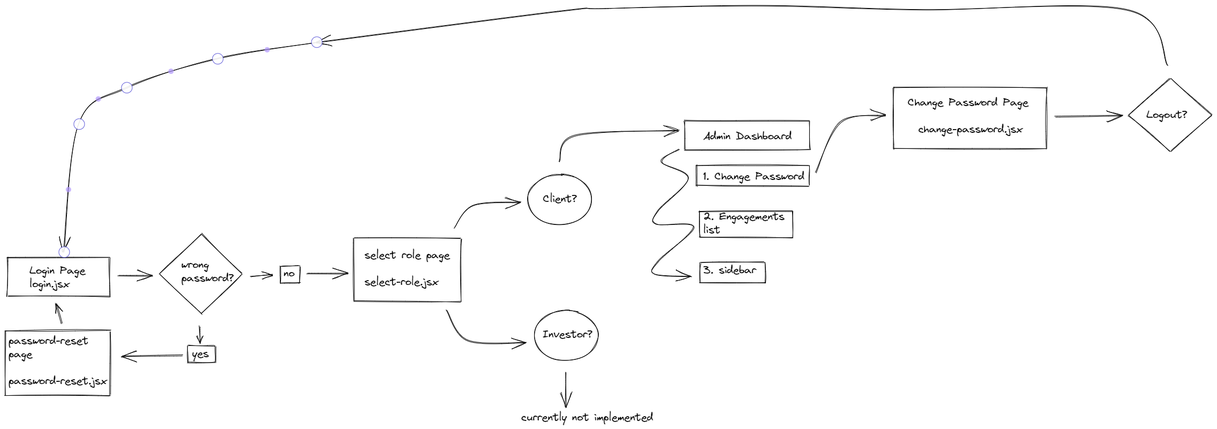
Above: portalDiagram.excalidraw.png in TowmirAlRashid/meritage-portal-completed (Excalidraw), before the change. Source tidied: one line per element, renumbered; positions are measured from the earlier drawing's top-left corner, leaving out a move shared by most shapes.
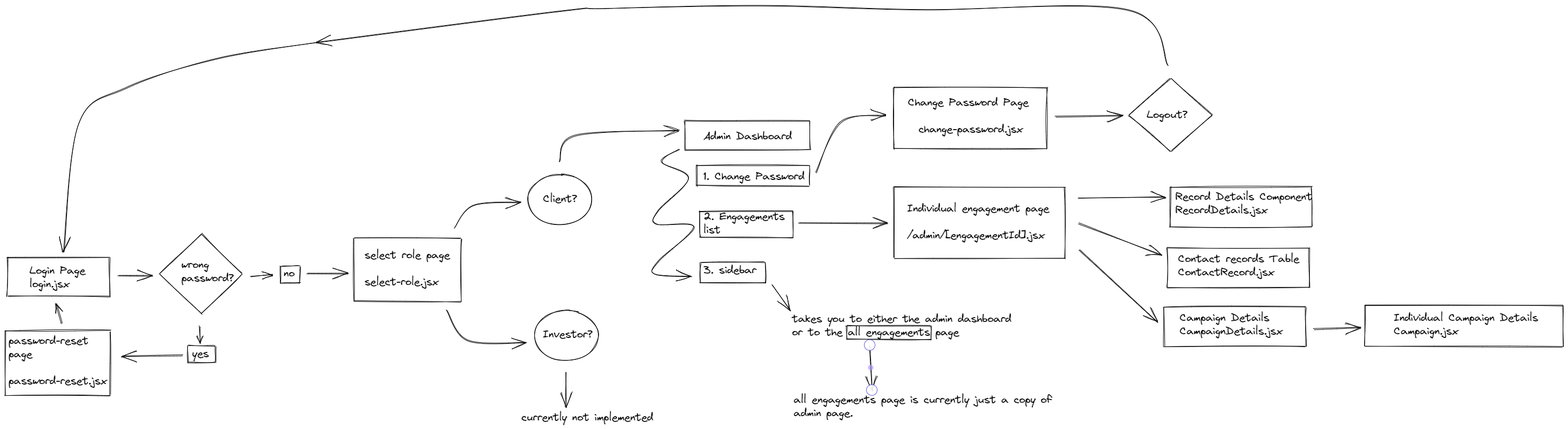
The same diagram one commit later.

Commit message:
added all-engagements page

What changed in the source:
```diff
@@ -39,3 +39,23 @@
 {"id": 38, "type": "diamond", "strokeColor": "#000000", "strokeWidth": 1, "roughness": 1, "x": 2099, "y": 136, "width": 155, "height": 137}
 {"id": 39, "type": "arrow", "strokeColor": "#000000", "strokeWidth": 1, "roughness": 1, "endArrowhead": "arrow", "from": 38, "x": 2172, "y": 113, "width": 1592, "height": 113, "points": [[0, 0], [-76, -104], [-462, -104], [-760, -113], [-1051, -106], [-1140, -101], [-1592, -43]]}
 {"id": 40, "type": "arrow", "strokeColor": "#000000", "strokeWidth": 1, "roughness": 1, "endArrowhead": "arrow", "to": 0, "x": 582, "y": 69, "width": 472, "height": 392, "points": [[0, 0], [-185, 31], [-355, 85], [-444, 153], [-472, 392]]}
+{"id": 41, "type": "rectangle", "strokeColor": "#000000", "strokeWidth": 1, "roughness": 1, "x": 1660, "y": 340, "width": 319, "height": 133}
+{"id": 42, "type": "text", "text": "Individual engagement page\n\n/admin/[engagementId].jsx\n", "strokeColor": "#000000", "strokeWidth": 1, "roughness": 1, "fontSize": 20, "fontFamily": 1, "x": 1684, "y": 368, "width": 266, "height": 100}
+{"id": 43, "type": "arrow", "strokeColor": "#000000", "strokeWidth": 1, "roughness": 1, "endArrowhead": "arrow", "from": 29, "to": 41, "x": 1482, "y": 406, "width": 167, "height": 1, "points": [[0, 0], [167, 1]]}
+{"id": 44, "type": "rectangle", "strokeColor": "#000000", "strokeWidth": 1, "roughness": 1, "x": 2176, "y": 340, "width": 265, "height": 74}
+{"id": 45, "type": "rectangle", "strokeColor": "#000000", "strokeWidth": 1, "roughness": 1, "x": 2171, "y": 454, "width": 265, "height": 74}
+{"id": 46, "type": "rectangle", "strokeColor": "#000000", "strokeWidth": 1, "roughness": 1, "x": 2164, "y": 564, "width": 265, "height": 74}
+{"id": 47, "type": "text", "text": "Record Details Component\nRecordDetails.jsx", "strokeColor": "#000000", "strokeWidth": 1, "roughness": 1, "fontSize": 20, "fontFamily": 1, "x": 2186, "y": 346, "width": 257, "height": 50}
+{"id": 48, "type": "text", "text": "Contact records Table\nContactRecord.jsx", "strokeColor": "#000000", "strokeWidth": 1, "roughness": 1, "fontSize": 20, "fontFamily": 1, "x": 2190, "y": 462, "width": 228, "height": 50}
+{"id": 49, "type": "text", "text": "Campaign Details \nCampaignDetails.jsx", "strokeColor": "#000000", "strokeWidth": 1, "roughness": 1, "fontSize": 20, "fontFamily": 1, "x": 2194, "y": 572, "width": 194, "height": 50}
+{"id": 50, "type": "arrow", "strokeColor": "#000000", "strokeWidth": 1, "roughness": 1, "endArrowhead": "arrow", "from": 41, "to": 44, "x": 2004, "y": 360, "width": 163, "height": 1, "points": [[0, 0], [163, -1]]}
+{"id": 51, "type": "arrow", "strokeColor": "#000000", "strokeWidth": 1, "roughness": 1, "endArrowhead": "arrow", "from": 41, "to": 45, "x": 2004, "y": 407, "width": 155, "height": 60, "points": [[0, 0], [155, 60]]}
+{"id": 52, "type": "arrow", "strokeColor": "#000000", "strokeWidth": 1, "roughness": 1, "endArrowhead": "arrow", "from": 41, "to": 46, "x": 2006, "y": 456, "width": 147, "height": 136, "points": [[0, 0], [147, 136]]}
+{"id": 53, "type": "rectangle", "strokeColor": "#000000", "strokeWidth": 1, "roughness": 1, "x": 2540, "y": 560, "width": 370, "height": 77}
+{"id": 54, "type": "text", "text": "Individual Campaign Details \nCampaign.jsx\n", "strokeColor": "#000000", "strokeWidth": 1, "roughness": 1, "fontSize": 20, "fontFamily": 1, "x": 2594, "y": 572, "width": 281, "height": 75}
+{"id": 55, "type": "arrow", "strokeColor": "#000000", "strokeWidth": 1, "roughness": 1, "endArrowhead": "arrow", "from": 46, "to": 53, "x": 2444, "y": 604, "width": 88, "height": 3, "points": [[0, 0], [88, -3]]}
+{"id": 56, "type": "text", "text": "takes you to either the admin dashboard\nor to the all engagements page ", "strokeColor": "#000000", "strokeWidth": 1, "roughness": 1, "fontSize": 20, "fontFamily": 1, "x": 1470, "y": 574, "width": 411, "height": 50}
+{"id": 57, "type": "arrow", "strokeColor": "#000000", "strokeWidth": 1, "roughness": 1, "endArrowhead": "arrow", "from": 30, "to": 56, "x": 1432, "y": 522, "width": 35, "height": 49, "points": [[0, 0], [35, 49]]}
+{"id": 58, "type": "text", "text": "all engagements page is currently just a copy of \nadmin page.", "strokeColor": "#000000", "strokeWidth": 1, "roughness": 1, "fontSize": 20, "fontFamily": 1, "x": 1472, "y": 724, "width": 493, "height": 50}
+{"id": 59, "type": "rectangle", "strokeColor": "#000000", "strokeWidth": 1, "roughness": 1, "x": 1572, "y": 598, "width": 158, "height": 26}
+{"id": 60, "type": "arrow", "strokeColor": "#000000", "strokeWidth": 1, "roughness": 1, "endArrowhead": "arrow", "from": 59, "to": 58, "x": 1614, "y": 634, "width": 4, "height": 84, "points": [[0, 0], [4, 84]]}
```
